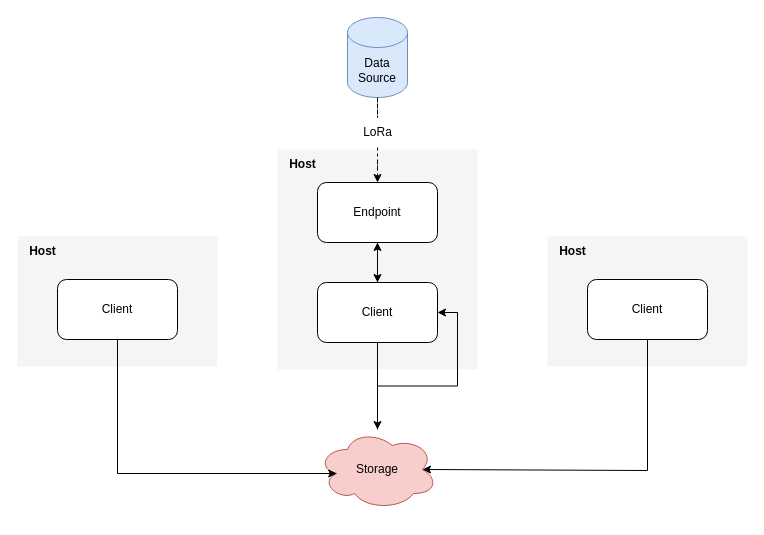
Earlier version of the draw.io diagram page "Scalability" (3 of 5) of Internal System.drawio (kdeoliveira/capstone_iot_monitoring). Source tidied: cells renumbered, new cells numbered last; positions are measured from the earlier drawing's top-left corner, leaving out a move shared by most shapes. Both pictures are drawn from the tidied source at 100%, with x=0, y=0 at pixel (17, 17).
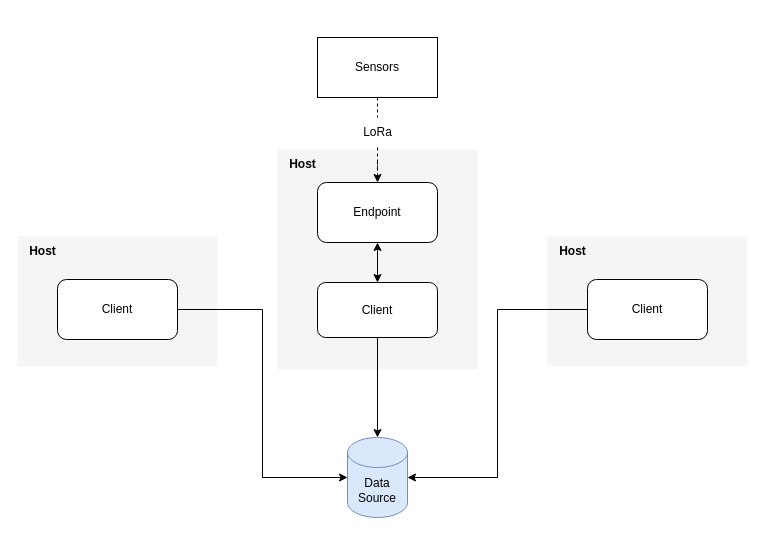
Above is the later version.

The change refers to these unchanged cells:
```xml
<mxCell id="4" value="Endpoint" style="rounded=1;whiteSpace=wrap;html=1;" parent="1" vertex="1">
  <mxGeometry x="300" y="165" width="120" height="60" as="geometry" />
</mxCell>
<mxCell id="12" value="LoRa" style="text;html=1;align=center;verticalAlign=middle;points=[];strokeColor=none;fillColor=none;" parent="1" vertex="1">
  <mxGeometry x="335" y="100" width="50" height="30" as="geometry" />
</mxCell>
<mxCell id="17" value="Client" style="rounded=1;whiteSpace=wrap;html=1;" parent="1" vertex="1">
  <mxGeometry x="570" y="262" width="120" height="60" as="geometry" />
</mxCell>
<mxCell id="20" value="Client" style="rounded=1;whiteSpace=wrap;html=1;" parent="1" vertex="1">
  <mxGeometry x="40" y="262" width="120" height="60" as="geometry" />
</mxCell>
```

The edit, as a diff of the source:
```diff
@@
-    <mxCell id="3" style="edgeStyle=orthogonalEdgeStyle;rounded=0;jettySize=auto;html=1;" parent="1" edge="1" source="4" target="11">
-      <mxGeometry relative="1" as="geometry" />
-    </mxCell>
@@
+    <mxCell id="22" style="edgeStyle=orthogonalEdgeStyle;rounded=0;jettySize=auto;html=1;entryX=0.5;entryY=0;entryDx=0;entryDy=0;entryPerimeter=0;" parent="1" edge="1" source="6" target="8">
+      <mxGeometry relative="1" as="geometry" />
+    </mxCell>
     <mxCell id="6" value="Client" style="rounded=1;whiteSpace=wrap;html=1;" parent="1" vertex="1">
-      <mxGeometry x="300" y="265" width="120" height="60" as="geometry" />
+      <mxGeometry x="300" y="265" width="120" height="55" as="geometry" />
     </mxCell>
@@
-    <mxCell id="8" value="Data Source" style="shape=cylinder3;whiteSpace=wrap;html=1;boundedLbl=1;backgroundOutline=1;size=15;fillColor=#dae8fc;strokeColor=#6c8ebf;" parent="1" vertex="1">
-      <mxGeometry x="330" width="60" height="80" as="geometry" />
-    </mxCell>
@@
-    <mxCell id="10" style="edgeStyle=orthogonalEdgeStyle;rounded=0;jettySize=auto;html=1;entryX=1;entryY=0.5;entryDx=0;entryDy=0;" parent="1" edge="1" source="11" target="6">
-      <mxGeometry relative="1" as="geometry" />
-    </mxCell>
-    <mxCell id="11" value="Storage" style="ellipse;shape=cloud;whiteSpace=wrap;html=1;fillColor=#f8cecc;strokeColor=#b85450;" parent="1" vertex="1">
-      <mxGeometry x="300" y="412" width="120" height="80" as="geometry" />
-    </mxCell>
@@
-    <mxCell id="13" style="edgeStyle=orthogonalEdgeStyle;rounded=0;jettySize=auto;html=1;entryX=0.5;entryY=0;entryDx=0;entryDy=0;dashed=1;endArrow=none;" parent="1" edge="1" source="8" target="12">
-      <mxGeometry relative="1" as="geometry" />
+    <mxCell id="13" style="edgeStyle=orthogonalEdgeStyle;rounded=0;jettySize=auto;html=1;entryX=0.5;entryY=0;entryDx=0;entryDy=0;dashed=1;endArrow=none;" parent="1" edge="1" target="12">
+      <mxGeometry relative="1" as="geometry">
+        <mxPoint x="360" y="80" as="sourcePoint" />
+      </mxGeometry>
     </mxCell>
@@
-    <mxCell id="16" style="edgeStyle=orthogonalEdgeStyle;rounded=0;jettySize=auto;html=1;entryX=0.875;entryY=0.5;entryDx=0;entryDy=0;entryPerimeter=0;exitX=0.5;exitY=1;exitDx=0;exitDy=0;" parent="1" edge="1" source="17" target="11">
-      <mxGeometry relative="1" as="geometry">
-        <Array as="points">
-          <mxPoint x="630" y="453" />
-        </Array>
-      </mxGeometry>
-    </mxCell>
+    <mxCell id="23" style="edgeStyle=orthogonalEdgeStyle;rounded=0;jettySize=auto;html=1;entryX=1;entryY=0.5;entryDx=0;entryDy=0;entryPerimeter=0;" parent="1" edge="1" source="17" target="8">
+      <mxGeometry relative="1" as="geometry" />
+    </mxCell>
@@
-    <mxCell id="19" style="edgeStyle=orthogonalEdgeStyle;rounded=0;jettySize=auto;html=1;entryX=0.16;entryY=0.55;entryDx=0;entryDy=0;entryPerimeter=0;" parent="1" edge="1" source="20" target="11">
-      <mxGeometry relative="1" as="geometry">
-        <Array as="points">
-          <mxPoint x="100" y="456" />
-        </Array>
-      </mxGeometry>
-    </mxCell>
+    <mxCell id="24" style="edgeStyle=orthogonalEdgeStyle;rounded=0;jettySize=auto;html=1;entryX=0;entryY=0.5;entryDx=0;entryDy=0;entryPerimeter=0;" parent="1" edge="1" source="20" target="8">
+      <mxGeometry relative="1" as="geometry" />
+    </mxCell>
@@
+    <mxCell id="8" value="Data Source" style="shape=cylinder3;whiteSpace=wrap;html=1;boundedLbl=1;backgroundOutline=1;size=15;fillColor=#dae8fc;strokeColor=#6c8ebf;" parent="1" vertex="1">
+      <mxGeometry x="330" y="420" width="60" height="80" as="geometry" />
+    </mxCell>
+    <mxCell id="25" value="Sensors" style="rounded=0;whiteSpace=wrap;html=1;" parent="1" vertex="1">
+      <mxGeometry x="300" y="20" width="120" height="60" as="geometry" />
+    </mxCell>
```
